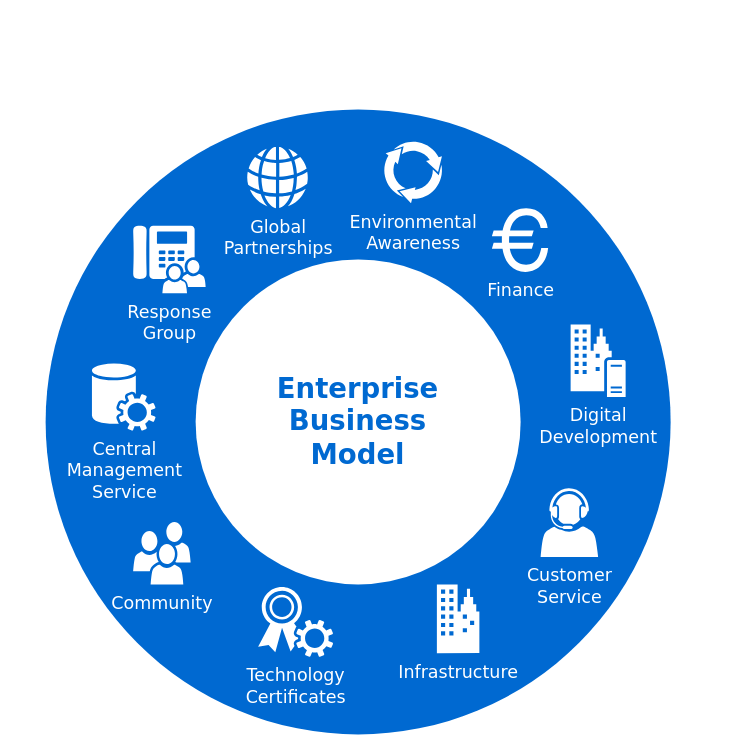
Earlier version of the draw.io diagram test.drawio (HashiSan009/test20200325). Source tidied: cells renumbered, new cells numbered last; positions are measured from the earlier drawing's top-left corner, leaving out a move shared by most shapes. Both pictures are drawn from the tidied source at 125%, with x=0, y=0 at pixel (45, 109).
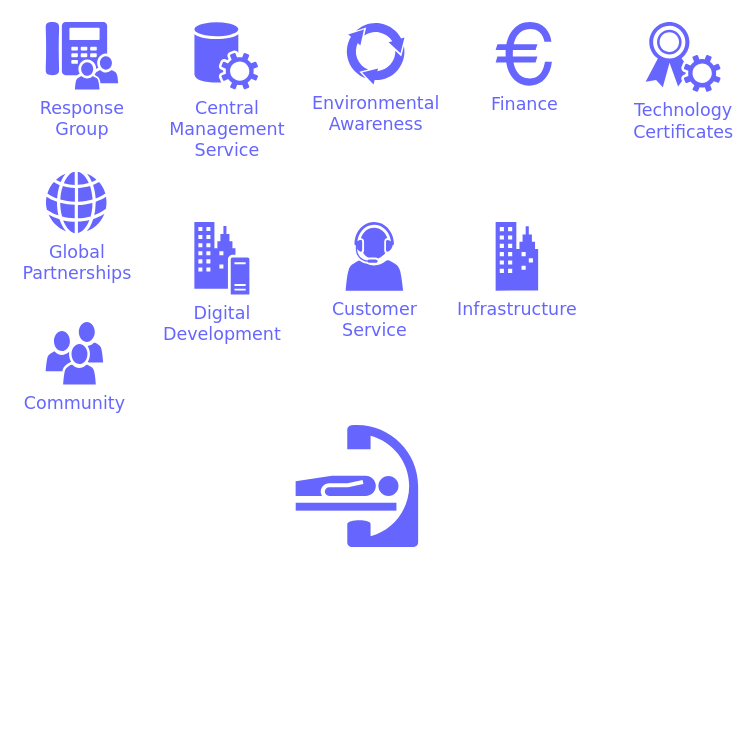
Above is the later version.

Commit message:
test.drawio を更新します

What changed in the source:
```diff
@@
 <mxGraphModel background="#ffffff">
   <root>
     <mxCell id="0" />
     <mxCell id="1" parent="0" />
-    <mxCell id="2" style="ellipse;whiteSpace=wrap;html=1;rounded=0;shadow=0;comic=0;strokeWidth=1;fontFamily=Verdana;fontSize=14;strokeColor=none;fillColor=#0069D1;" parent="1" vertex="1">
-      <mxGeometry width="500" height="500" as="geometry" />
-    </mxCell>
-    <mxCell id="3" value="Enterprise&lt;div&gt;Business&lt;/div&gt;&lt;div&gt;Model&lt;/div&gt;" style="ellipse;whiteSpace=wrap;html=1;rounded=0;shadow=0;comic=0;strokeWidth=1;fontFamily=Verdana;fontSize=22;strokeColor=none;fillColor=#ffffff;fontColor=#0069D1;fontStyle=1;" parent="1" vertex="1">
-      <mxGeometry x="120" y="120" width="260" height="260" as="geometry" />
-    </mxCell>
-    <mxCell id="4" value="Community" style="shadow=0;dashed=0;html=1;strokeColor=none;fillColor=#ffffff;labelPosition=center;verticalLabelPosition=bottom;verticalAlign=top;shape=mxgraph.office.users.users;rounded=0;comic=0;fontFamily=Verdana;fontSize=14;fontColor=#FFFFFF;" parent="1" vertex="1">
-      <mxGeometry x="70" y="330" width="46" height="50" as="geometry" />
+    <mxCell id="4" value="Community" style="shadow=0;dashed=0;html=1;strokeColor=none;labelPosition=center;verticalLabelPosition=bottom;verticalAlign=top;shape=mxgraph.office.users.users;rounded=0;comic=0;fontFamily=Verdana;fontSize=14;fillColor=#6666FF;fontColor=#6666FF;" parent="1" vertex="1">
+      <mxGeometry y="170" width="46" height="50" as="geometry" />
     </mxCell>
-    <mxCell id="5" value="Customer&lt;div&gt;Service&lt;/div&gt;" style="shadow=0;dashed=0;html=1;strokeColor=none;fillColor=#ffffff;labelPosition=center;verticalLabelPosition=bottom;verticalAlign=top;shape=mxgraph.office.users.call_center_agent;rounded=0;comic=0;fontFamily=Verdana;fontSize=14;fontColor=#FFFFFF;" parent="1" vertex="1">
-      <mxGeometry x="396" y="303" width="46" height="55" as="geometry" />
+    <mxCell id="5" value="Customer&lt;div&gt;Service&lt;/div&gt;" style="shadow=0;dashed=0;html=1;strokeColor=none;labelPosition=center;verticalLabelPosition=bottom;verticalAlign=top;shape=mxgraph.office.users.call_center_agent;rounded=0;comic=0;fontFamily=Verdana;fontSize=14;fillColor=#6666FF;fontColor=#6666FF;" parent="1" vertex="1">
+      <mxGeometry x="240" y="90" width="46" height="55" as="geometry" />
     </mxCell>
-    <mxCell id="6" value="Response&lt;div&gt;Group&lt;/div&gt;" style="shadow=0;dashed=0;html=1;strokeColor=none;fillColor=#ffffff;labelPosition=center;verticalLabelPosition=bottom;verticalAlign=top;shape=mxgraph.office.users.response_group;rounded=0;comic=0;fontFamily=Verdana;fontSize=14;fontColor=#FFFFFF;" parent="1" vertex="1">
-      <mxGeometry x="70" y="93" width="58" height="54" as="geometry" />
+    <mxCell id="6" value="Response&lt;div&gt;Group&lt;/div&gt;" style="shadow=0;dashed=0;html=1;strokeColor=none;labelPosition=center;verticalLabelPosition=bottom;verticalAlign=top;shape=mxgraph.office.users.response_group;rounded=0;comic=0;fontFamily=Verdana;fontSize=14;fillColor=#6666FF;fontColor=#6666FF;" parent="1" vertex="1">
+      <mxGeometry y="-70" width="58" height="54" as="geometry" />
     </mxCell>
-    <mxCell id="7" value="Central&lt;div&gt;Management&lt;/div&gt;&lt;div&gt;Service&lt;/div&gt;" style="shadow=0;dashed=0;html=1;strokeColor=none;fillColor=#ffffff;labelPosition=center;verticalLabelPosition=bottom;verticalAlign=top;shape=mxgraph.office.services.central_management_service;rounded=0;comic=0;fontFamily=Verdana;fontSize=14;fontColor=#FFFFFF;" parent="1" vertex="1">
-      <mxGeometry x="37" y="203" width="51" height="54" as="geometry" />
+    <mxCell id="7" value="Central&lt;div&gt;Management&lt;/div&gt;&lt;div&gt;Service&lt;/div&gt;" style="shadow=0;dashed=0;html=1;strokeColor=none;labelPosition=center;verticalLabelPosition=bottom;verticalAlign=top;shape=mxgraph.office.services.central_management_service;rounded=0;comic=0;fontFamily=Verdana;fontSize=14;fillColor=#6666FF;fontColor=#6666FF;" parent="1" vertex="1">
+      <mxGeometry x="119" y="-70" width="51" height="54" as="geometry" />
     </mxCell>
-    <mxCell id="8" value="Digital&lt;div&gt;Development&lt;/div&gt;" style="shadow=0;dashed=0;html=1;strokeColor=none;fillColor=#ffffff;labelPosition=center;verticalLabelPosition=bottom;verticalAlign=top;shape=mxgraph.office.servers.on_premises_server;rounded=0;comic=0;fontFamily=Verdana;fontSize=14;fontColor=#FFFFFF;" parent="1" vertex="1">
-      <mxGeometry x="420" y="172" width="44" height="58" as="geometry" />
+    <mxCell id="8" value="Digital&lt;div&gt;Development&lt;/div&gt;" style="shadow=0;dashed=0;html=1;strokeColor=none;labelPosition=center;verticalLabelPosition=bottom;verticalAlign=top;shape=mxgraph.office.servers.on_premises_server;rounded=0;comic=0;fontFamily=Verdana;fontSize=14;fillColor=#6666FF;fontColor=#6666FF;" parent="1" vertex="1">
+      <mxGeometry x="119" y="90" width="44" height="58" as="geometry" />
     </mxCell>
-    <mxCell id="9" value="Technology&lt;div&gt;Certificates&lt;/div&gt;" style="shadow=0;dashed=0;html=1;strokeColor=none;fillColor=#ffffff;labelPosition=center;verticalLabelPosition=bottom;verticalAlign=top;shape=mxgraph.office.security.token_service;rounded=0;comic=0;fontFamily=Verdana;fontSize=14;fontColor=#FFFFFF;" parent="1" vertex="1">
-      <mxGeometry x="170" y="382" width="60" height="56" as="geometry" />
+    <mxCell id="9" value="Technology&lt;div&gt;Certificates&lt;/div&gt;" style="shadow=0;dashed=0;html=1;strokeColor=none;labelPosition=center;verticalLabelPosition=bottom;verticalAlign=top;shape=mxgraph.office.security.token_service;rounded=0;comic=0;fontFamily=Verdana;fontSize=14;fillColor=#6666FF;fontColor=#6666FF;" parent="1" vertex="1">
+      <mxGeometry x="480" y="-70" width="60" height="56" as="geometry" />
     </mxCell>
-    <mxCell id="10" value="Infrastructure" style="shadow=0;dashed=0;html=1;strokeColor=none;fillColor=#ffffff;labelPosition=center;verticalLabelPosition=bottom;verticalAlign=top;shape=mxgraph.office.concepts.on_premises;rounded=0;comic=0;fontFamily=Verdana;fontSize=14;fontColor=#FFFFFF;" parent="1" vertex="1">
-      <mxGeometry x="313" y="380" width="34" height="55" as="geometry" />
+    <mxCell id="10" value="Infrastructure" style="shadow=0;dashed=0;html=1;strokeColor=none;labelPosition=center;verticalLabelPosition=bottom;verticalAlign=top;shape=mxgraph.office.concepts.on_premises;rounded=0;comic=0;fontFamily=Verdana;fontSize=14;fillColor=#6666FF;fontColor=#6666FF;" parent="1" vertex="1">
+      <mxGeometry x="360" y="90" width="34" height="55" as="geometry" />
     </mxCell>
-    <mxCell id="11" value="Global&lt;div&gt;Partnerships&lt;/div&gt;" style="shadow=0;dashed=0;html=1;strokeColor=none;fillColor=#ffffff;labelPosition=center;verticalLabelPosition=bottom;verticalAlign=top;shape=mxgraph.office.concepts.globe_internet;rounded=0;comic=0;fontFamily=Verdana;fontSize=14;fontColor=#FFFFFF;" parent="1" vertex="1">
-      <mxGeometry x="161" y="30" width="49" height="49" as="geometry" />
+    <mxCell id="11" value="Global&lt;div&gt;Partnerships&lt;/div&gt;" style="shadow=0;dashed=0;html=1;strokeColor=none;labelPosition=center;verticalLabelPosition=bottom;verticalAlign=top;shape=mxgraph.office.concepts.globe_internet;rounded=0;comic=0;fontFamily=Verdana;fontSize=14;fillColor=#6666FF;fontColor=#6666FF;" parent="1" vertex="1">
+      <mxGeometry y="50" width="49" height="49" as="geometry" />
     </mxCell>
-    <mxCell id="12" value="Environmental&lt;div&gt;Awareness&lt;/div&gt;" style="shadow=0;dashed=0;html=1;strokeColor=none;shape=mxgraph.mscae.general.continuous_cycle;fillColor=#ffffff;rounded=0;comic=0;fontFamily=Verdana;fontSize=14;fontColor=#FFFFFF;verticalAlign=top;labelPosition=center;verticalLabelPosition=bottom;align=center;" parent="1" vertex="1">
-      <mxGeometry x="270" y="25" width="48" height="50" as="geometry" />
+    <mxCell id="12" value="Environmental&lt;div&gt;Awareness&lt;/div&gt;" style="shadow=0;dashed=0;html=1;strokeColor=none;shape=mxgraph.mscae.general.continuous_cycle;rounded=0;comic=0;fontFamily=Verdana;fontSize=14;verticalAlign=top;labelPosition=center;verticalLabelPosition=bottom;align=center;fillColor=#6666FF;fontColor=#6666FF;" parent="1" vertex="1">
+      <mxGeometry x="240" y="-70" width="48" height="50" as="geometry" />
     </mxCell>
-    <mxCell id="13" value="Finance" style="shape=mxgraph.signs.travel.euro;html=1;fillColor=#ffffff;strokeColor=none;verticalLabelPosition=bottom;verticalAlign=top;align=center;rounded=0;shadow=0;dashed=0;comic=0;fontFamily=Verdana;fontSize=14;fontColor=#FFFFFF;" parent="1" vertex="1">
-      <mxGeometry x="357" y="79" width="45" height="51" as="geometry" />
+    <mxCell id="13" value="Finance" style="shape=mxgraph.signs.travel.euro;html=1;strokeColor=none;verticalLabelPosition=bottom;verticalAlign=top;align=center;rounded=0;shadow=0;dashed=0;comic=0;fontFamily=Verdana;fontSize=14;fontColor=#6666FF;fillColor=#6666FF;" parent="1" vertex="1">
+      <mxGeometry x="360" y="-70" width="45" height="51" as="geometry" />
     </mxCell>
+    <mxCell id="14" style="shape=mxgraph.signs.healthcare.cath_lab;html=1;strokeColor=none;verticalLabelPosition=bottom;verticalAlign=top;align=center;fontColor=#6666FF;fillColor=#6666FF;" parent="1" vertex="1">
+      <mxGeometry x="200" y="250" width="98" height="100" as="geometry" />
+    </mxCell>
   </root>
 </mxGraphModel>
```
